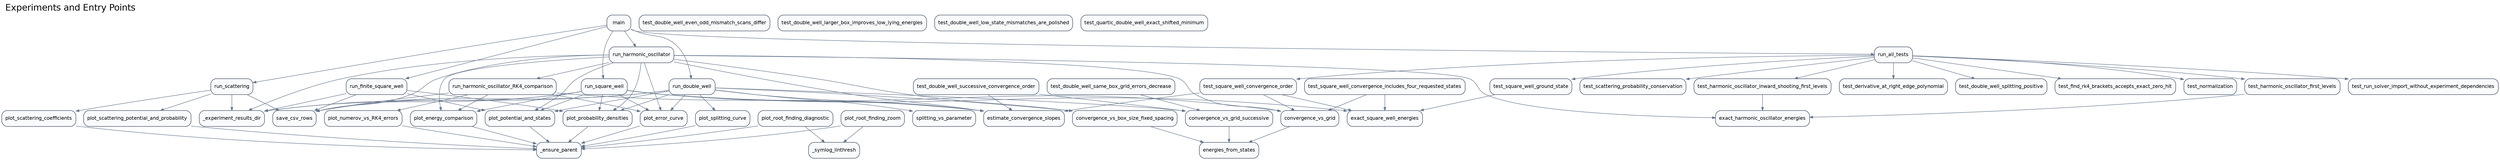
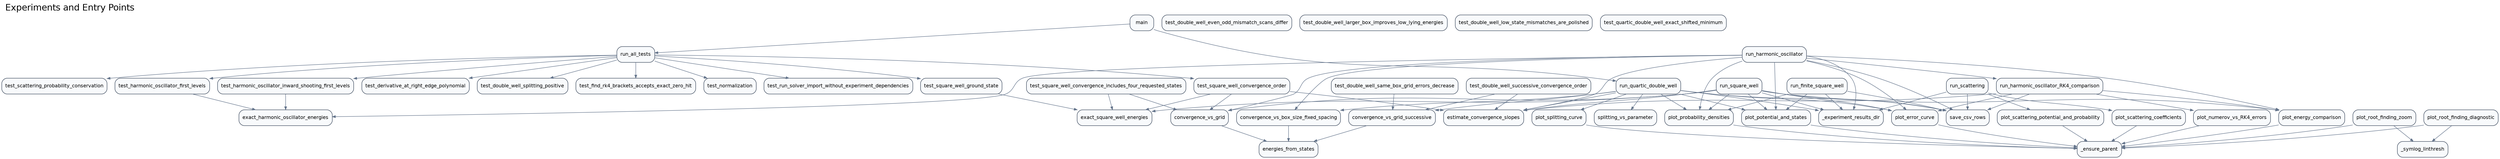
digraph G {
  rankdir="TB";
  graph [labeljust="l", labelloc="t", fontsize=20, fontname="Helvetica"];
  label="Experiments and Entry Points";
  node [shape=box, style="rounded,filled", fillcolor="#F8FAFC", color="#334155", fontname="Helvetica", fontsize=11];
  edge [color="#64748B", arrowsize=0.7];
  scripts_run_solver_main [label="main"];
  src_analysis_convergence_vs_box_size_fixed_spacing [label="convergence_vs_box_size_fixed_spacing"];
  src_analysis_convergence_vs_grid [label="convergence_vs_grid"];
  src_analysis_convergence_vs_grid_successive [label="convergence_vs_grid_successive"];
  src_analysis_energies_from_states [label="energies_from_states"];
  src_analysis_estimate_convergence_slopes [label="estimate_convergence_slopes"];
  src_analysis_exact_harmonic_oscillator_energies [label="exact_harmonic_oscillator_energies"];
  src_analysis_exact_square_well_energies [label="exact_square_well_energies"];
  src_analysis_save_csv_rows [label="save_csv_rows"];
  src_analysis_splitting_vs_parameter [label="splitting_vs_parameter"];
  src_experiments__experiment_results_dir [label="_experiment_results_dir"];
-   src_experiments_run_double_well [label="run_double_well"];
  src_experiments_run_finite_square_well [label="run_finite_square_well"];
  src_experiments_run_harmonic_oscillator [label="run_harmonic_oscillator"];
  src_experiments_run_harmonic_oscillator_RK4_comparison [label="run_harmonic_oscillator_RK4_comparison"];
+   src_experiments_run_quartic_double_well [label="run_quartic_double_well"];
  src_experiments_run_scattering [label="run_scattering"];
  src_experiments_run_square_well [label="run_square_well"];
  src_plotting__ensure_parent [label="_ensure_parent"];
  src_plotting__symlog_linthresh [label="_symlog_linthresh"];
  src_plotting_plot_energy_comparison [label="plot_energy_comparison"];
  src_plotting_plot_error_curve [label="plot_error_curve"];
  src_plotting_plot_numerov_vs_RK4_errors [label="plot_numerov_vs_RK4_errors"];
  src_plotting_plot_potential_and_states [label="plot_potential_and_states"];
  src_plotting_plot_probability_densities [label="plot_probability_densities"];
  src_plotting_plot_root_finding_diagnostic [label="plot_root_finding_diagnostic"];
  src_plotting_plot_root_finding_zoom [label="plot_root_finding_zoom"];
  src_plotting_plot_scattering_coefficients [label="plot_scattering_coefficients"];
  src_plotting_plot_scattering_potential_and_probability [label="plot_scattering_potential_and_probability"];
  src_plotting_plot_splitting_curve [label="plot_splitting_curve"];
  tests_test_solver_run_all_tests [label="run_all_tests"];
  tests_test_solver_test_derivative_at_right_edge_polynomial [label="test_derivative_at_right_edge_polynomial"];
  tests_test_solver_test_double_well_even_odd_mismatch_scans_differ [label="test_double_well_even_odd_mismatch_scans_differ"];
  tests_test_solver_test_double_well_larger_box_improves_low_lying_energies [label="test_double_well_larger_box_improves_low_lying_energies"];
  tests_test_solver_test_double_well_low_state_mismatches_are_polished [label="test_double_well_low_state_mismatches_are_polished"];
  tests_test_solver_test_double_well_same_box_grid_errors_decrease [label="test_double_well_same_box_grid_errors_decrease"];
  tests_test_solver_test_double_well_splitting_positive [label="test_double_well_splitting_positive"];
  tests_test_solver_test_double_well_successive_convergence_order [label="test_double_well_successive_convergence_order"];
  tests_test_solver_test_find_rk4_brackets_accepts_exact_zero_hit [label="test_find_rk4_brackets_accepts_exact_zero_hit"];
  tests_test_solver_test_harmonic_oscillator_first_levels [label="test_harmonic_oscillator_first_levels"];
  tests_test_solver_test_harmonic_oscillator_inward_shooting_first_levels [label="test_harmonic_oscillator_inward_shooting_first_levels"];
  tests_test_solver_test_normalization [label="test_normalization"];
  tests_test_solver_test_quartic_double_well_exact_shifted_minimum [label="test_quartic_double_well_exact_shifted_minimum"];
  tests_test_solver_test_run_solver_import_without_experiment_dependencies [label="test_run_solver_import_without_experiment_dependencies"];
  tests_test_solver_test_scattering_probability_conservation [label="test_scattering_probability_conservation"];
  tests_test_solver_test_square_well_convergence_includes_four_requested_states [label="test_square_well_convergence_includes_four_requested_states"];
  tests_test_solver_test_square_well_convergence_order [label="test_square_well_convergence_order"];
  tests_test_solver_test_square_well_ground_state [label="test_square_well_ground_state"];
-   scripts_run_solver_main -> src_experiments_run_double_well;
-   scripts_run_solver_main -> src_experiments_run_finite_square_well;
-   scripts_run_solver_main -> src_experiments_run_harmonic_oscillator;
-   scripts_run_solver_main -> src_experiments_run_scattering;
-   scripts_run_solver_main -> src_experiments_run_square_well;
+   scripts_run_solver_main -> src_experiments_run_quartic_double_well;
  scripts_run_solver_main -> tests_test_solver_run_all_tests;
  src_analysis_convergence_vs_box_size_fixed_spacing -> src_analysis_energies_from_states;
  src_analysis_convergence_vs_grid -> src_analysis_energies_from_states;
  src_analysis_convergence_vs_grid_successive -> src_analysis_energies_from_states;
-   src_experiments_run_double_well -> src_analysis_convergence_vs_box_size_fixed_spacing;
-   src_experiments_run_double_well -> src_analysis_convergence_vs_grid_successive;
-   src_experiments_run_double_well -> src_analysis_estimate_convergence_slopes;
-   src_experiments_run_double_well -> src_analysis_save_csv_rows;
-   src_experiments_run_double_well -> src_analysis_splitting_vs_parameter;
-   src_experiments_run_double_well -> src_experiments__experiment_results_dir;
-   src_experiments_run_double_well -> src_plotting_plot_error_curve;
-   src_experiments_run_double_well -> src_plotting_plot_potential_and_states;
-   src_experiments_run_double_well -> src_plotting_plot_probability_densities;
-   src_experiments_run_double_well -> src_plotting_plot_splitting_curve;
  src_experiments_run_finite_square_well -> src_analysis_save_csv_rows;
  src_experiments_run_finite_square_well -> src_experiments__experiment_results_dir;
  src_experiments_run_finite_square_well -> src_plotting_plot_potential_and_states;
  src_experiments_run_finite_square_well -> src_plotting_plot_probability_densities;
  src_experiments_run_harmonic_oscillator -> src_analysis_convergence_vs_box_size_fixed_spacing;
  src_experiments_run_harmonic_oscillator -> src_analysis_convergence_vs_grid;
  src_experiments_run_harmonic_oscillator -> src_analysis_estimate_convergence_slopes;
  src_experiments_run_harmonic_oscillator -> src_analysis_exact_harmonic_oscillator_energies;
  src_experiments_run_harmonic_oscillator -> src_analysis_save_csv_rows;
  src_experiments_run_harmonic_oscillator -> src_experiments__experiment_results_dir;
  src_experiments_run_harmonic_oscillator -> src_experiments_run_harmonic_oscillator_RK4_comparison;
  src_experiments_run_harmonic_oscillator -> src_plotting_plot_energy_comparison;
  src_experiments_run_harmonic_oscillator -> src_plotting_plot_error_curve;
  src_experiments_run_harmonic_oscillator -> src_plotting_plot_potential_and_states;
  src_experiments_run_harmonic_oscillator -> src_plotting_plot_probability_densities;
  src_experiments_run_harmonic_oscillator_RK4_comparison -> src_analysis_estimate_convergence_slopes;
  src_experiments_run_harmonic_oscillator_RK4_comparison -> src_analysis_save_csv_rows;
  src_experiments_run_harmonic_oscillator_RK4_comparison -> src_plotting_plot_energy_comparison;
  src_experiments_run_harmonic_oscillator_RK4_comparison -> src_plotting_plot_error_curve;
  src_experiments_run_harmonic_oscillator_RK4_comparison -> src_plotting_plot_numerov_vs_RK4_errors;
+   src_experiments_run_quartic_double_well -> src_analysis_convergence_vs_box_size_fixed_spacing;
+   src_experiments_run_quartic_double_well -> src_analysis_convergence_vs_grid_successive;
+   src_experiments_run_quartic_double_well -> src_analysis_estimate_convergence_slopes;
+   src_experiments_run_quartic_double_well -> src_analysis_save_csv_rows;
+   src_experiments_run_quartic_double_well -> src_analysis_splitting_vs_parameter;
+   src_experiments_run_quartic_double_well -> src_experiments__experiment_results_dir;
+   src_experiments_run_quartic_double_well -> src_plotting_plot_error_curve;
+   src_experiments_run_quartic_double_well -> src_plotting_plot_potential_and_states;
+   src_experiments_run_quartic_double_well -> src_plotting_plot_probability_densities;
+   src_experiments_run_quartic_double_well -> src_plotting_plot_splitting_curve;
  src_experiments_run_scattering -> src_analysis_save_csv_rows;
  src_experiments_run_scattering -> src_experiments__experiment_results_dir;
  src_experiments_run_scattering -> src_plotting_plot_scattering_coefficients;
  src_experiments_run_scattering -> src_plotting_plot_scattering_potential_and_probability;
  src_experiments_run_square_well -> src_analysis_convergence_vs_grid;
  src_experiments_run_square_well -> src_analysis_estimate_convergence_slopes;
  src_experiments_run_square_well -> src_analysis_exact_square_well_energies;
  src_experiments_run_square_well -> src_analysis_save_csv_rows;
  src_experiments_run_square_well -> src_experiments__experiment_results_dir;
  src_experiments_run_square_well -> src_plotting_plot_energy_comparison;
  src_experiments_run_square_well -> src_plotting_plot_error_curve;
  src_experiments_run_square_well -> src_plotting_plot_potential_and_states;
  src_experiments_run_square_well -> src_plotting_plot_probability_densities;
  src_plotting_plot_energy_comparison -> src_plotting__ensure_parent;
  src_plotting_plot_error_curve -> src_plotting__ensure_parent;
  src_plotting_plot_numerov_vs_RK4_errors -> src_plotting__ensure_parent;
  src_plotting_plot_potential_and_states -> src_plotting__ensure_parent;
  src_plotting_plot_probability_densities -> src_plotting__ensure_parent;
  src_plotting_plot_root_finding_diagnostic -> src_plotting__ensure_parent;
  src_plotting_plot_root_finding_diagnostic -> src_plotting__symlog_linthresh;
  src_plotting_plot_root_finding_zoom -> src_plotting__ensure_parent;
  src_plotting_plot_root_finding_zoom -> src_plotting__symlog_linthresh;
  src_plotting_plot_scattering_coefficients -> src_plotting__ensure_parent;
  src_plotting_plot_scattering_potential_and_probability -> src_plotting__ensure_parent;
  src_plotting_plot_splitting_curve -> src_plotting__ensure_parent;
  tests_test_solver_run_all_tests -> tests_test_solver_test_derivative_at_right_edge_polynomial;
  tests_test_solver_run_all_tests -> tests_test_solver_test_double_well_splitting_positive;
  tests_test_solver_run_all_tests -> tests_test_solver_test_find_rk4_brackets_accepts_exact_zero_hit;
  tests_test_solver_run_all_tests -> tests_test_solver_test_harmonic_oscillator_first_levels;
  tests_test_solver_run_all_tests -> tests_test_solver_test_harmonic_oscillator_inward_shooting_first_levels;
  tests_test_solver_run_all_tests -> tests_test_solver_test_normalization;
  tests_test_solver_run_all_tests -> tests_test_solver_test_run_solver_import_without_experiment_dependencies;
  tests_test_solver_run_all_tests -> tests_test_solver_test_scattering_probability_conservation;
  tests_test_solver_run_all_tests -> tests_test_solver_test_square_well_convergence_order;
  tests_test_solver_run_all_tests -> tests_test_solver_test_square_well_ground_state;
  tests_test_solver_test_double_well_same_box_grid_errors_decrease -> src_analysis_convergence_vs_grid_successive;
  tests_test_solver_test_double_well_successive_convergence_order -> src_analysis_convergence_vs_grid_successive;
  tests_test_solver_test_double_well_successive_convergence_order -> src_analysis_estimate_convergence_slopes;
  tests_test_solver_test_harmonic_oscillator_first_levels -> src_analysis_exact_harmonic_oscillator_energies;
  tests_test_solver_test_harmonic_oscillator_inward_shooting_first_levels -> src_analysis_exact_harmonic_oscillator_energies;
  tests_test_solver_test_square_well_convergence_includes_four_requested_states -> src_analysis_convergence_vs_grid;
  tests_test_solver_test_square_well_convergence_includes_four_requested_states -> src_analysis_exact_square_well_energies;
  tests_test_solver_test_square_well_convergence_order -> src_analysis_convergence_vs_grid;
  tests_test_solver_test_square_well_convergence_order -> src_analysis_estimate_convergence_slopes;
  tests_test_solver_test_square_well_convergence_order -> src_analysis_exact_square_well_energies;
  tests_test_solver_test_square_well_ground_state -> src_analysis_exact_square_well_energies;
}
